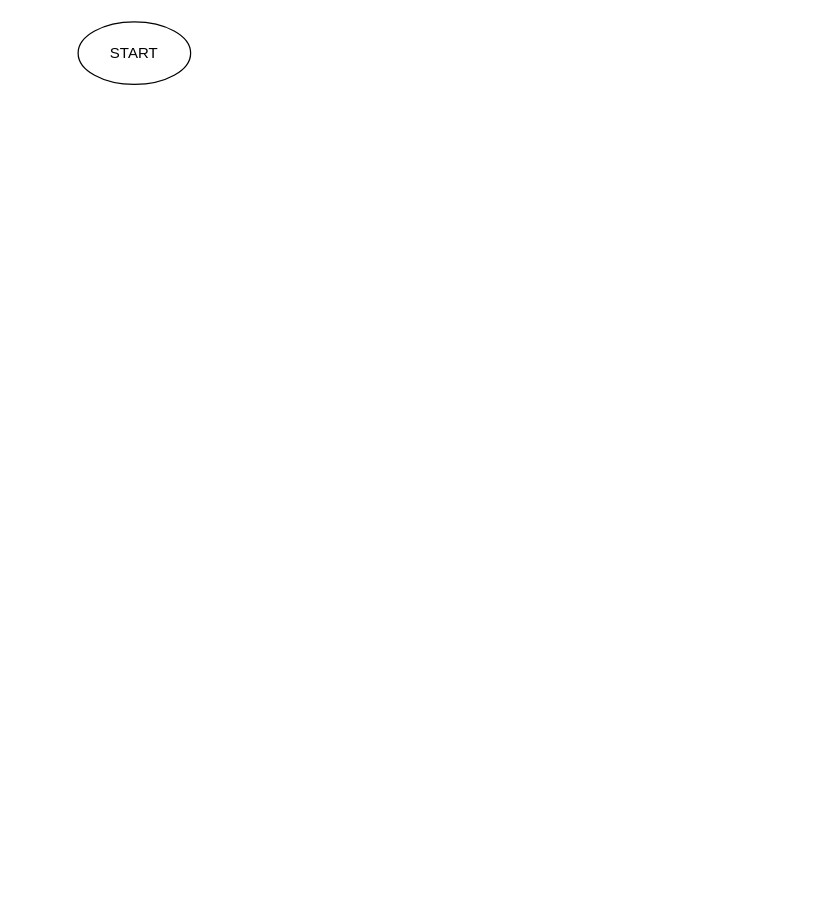
Before: MixedNames.drawio in jestoy0514/JestoyProjects, a draw.io diagram. Source tidied: cells renumbered, new cells numbered last; positions are measured from the earlier drawing's top-left corner, leaving out a move shared by most shapes. Both pictures are drawn from the tidied source at 125%, with x=0, y=0 at pixel (78, 21).
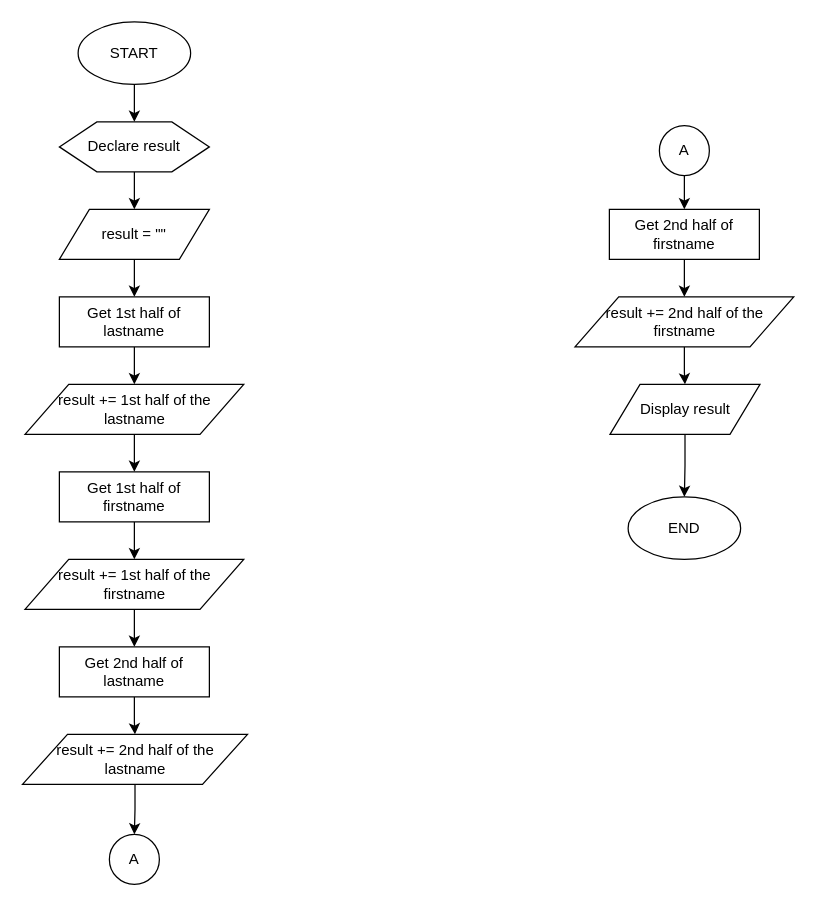
The same page after the edit.

The change refers to these unchanged cells:
```xml
<mxCell id="2" value="START" style="ellipse;whiteSpace=wrap;html=1;" parent="1" vertex="1">
  <mxGeometry width="90" height="50" as="geometry" />
</mxCell>
```

The edit, as a diff of the source:
```diff
@@
+    <mxCell id="3" style="edgeStyle=orthogonalEdgeStyle;rounded=0;jettySize=auto;html=1;entryX=0.5;entryY=0;entryDx=0;entryDy=0;" parent="1" edge="1" source="2" target="5">
+      <mxGeometry relative="1" as="geometry" />
+    </mxCell>
@@
+    <mxCell id="4" style="edgeStyle=orthogonalEdgeStyle;rounded=0;jettySize=auto;html=1;entryX=0.5;entryY=0;entryDx=0;entryDy=0;" parent="1" edge="1" source="5" target="7">
+      <mxGeometry relative="1" as="geometry" />
+    </mxCell>
+    <mxCell id="5" value="Declare result" style="shape=hexagon;perimeter=hexagonPerimeter2;whiteSpace=wrap;html=1;" parent="1" vertex="1">
+      <mxGeometry x="-15" y="80" width="120" height="40" as="geometry" />
+    </mxCell>
+    <mxCell id="6" style="edgeStyle=orthogonalEdgeStyle;rounded=0;jettySize=auto;html=1;entryX=0.5;entryY=0;entryDx=0;entryDy=0;" parent="1" edge="1" source="7" target="9">
+      <mxGeometry relative="1" as="geometry" />
+    </mxCell>
+    <mxCell id="7" value="result = &quot;&quot;" style="shape=parallelogram;perimeter=parallelogramPerimeter;whiteSpace=wrap;html=1;" parent="1" vertex="1">
+      <mxGeometry x="-15" y="150" width="120" height="40" as="geometry" />
+    </mxCell>
+    <mxCell id="8" style="edgeStyle=orthogonalEdgeStyle;rounded=0;jettySize=auto;html=1;entryX=0.5;entryY=0;entryDx=0;entryDy=0;" parent="1" edge="1" source="9" target="11">
+      <mxGeometry relative="1" as="geometry" />
+    </mxCell>
+    <mxCell id="9" value="Get 1st half of lastname" style="rounded=0;whiteSpace=wrap;html=1;" parent="1" vertex="1">
+      <mxGeometry x="-15" y="220" width="120" height="40" as="geometry" />
+    </mxCell>
+    <mxCell id="10" style="edgeStyle=orthogonalEdgeStyle;rounded=0;jettySize=auto;html=1;entryX=0.5;entryY=0;entryDx=0;entryDy=0;" parent="1" edge="1" source="11" target="13">
+      <mxGeometry relative="1" as="geometry" />
+    </mxCell>
+    <mxCell id="11" value="result += 1st half of the lastname" style="shape=parallelogram;perimeter=parallelogramPerimeter;whiteSpace=wrap;html=1;" parent="1" vertex="1">
+      <mxGeometry x="-42.5" y="290" width="175" height="40" as="geometry" />
+    </mxCell>
+    <mxCell id="12" style="edgeStyle=orthogonalEdgeStyle;rounded=0;jettySize=auto;html=1;entryX=0.5;entryY=0;entryDx=0;entryDy=0;" parent="1" edge="1" source="13" target="15">
+      <mxGeometry relative="1" as="geometry" />
+    </mxCell>
+    <mxCell id="13" value="Get 1st half of firstname" style="rounded=0;whiteSpace=wrap;html=1;" parent="1" vertex="1">
+      <mxGeometry x="-15" y="360" width="120" height="40" as="geometry" />
+    </mxCell>
+    <mxCell id="14" style="edgeStyle=orthogonalEdgeStyle;rounded=0;jettySize=auto;html=1;entryX=0.5;entryY=0;entryDx=0;entryDy=0;" parent="1" edge="1" source="15" target="17">
+      <mxGeometry relative="1" as="geometry" />
+    </mxCell>
+    <mxCell id="15" value="result += 1st half of the firstname" style="shape=parallelogram;perimeter=parallelogramPerimeter;whiteSpace=wrap;html=1;" parent="1" vertex="1">
+      <mxGeometry x="-42.5" y="430" width="175" height="40" as="geometry" />
+    </mxCell>
+    <mxCell id="16" style="edgeStyle=orthogonalEdgeStyle;rounded=0;jettySize=auto;html=1;" parent="1" edge="1" source="17" target="19">
+      <mxGeometry relative="1" as="geometry" />
+    </mxCell>
+    <mxCell id="17" value="Get 2nd half of lastname" style="rounded=0;whiteSpace=wrap;html=1;" parent="1" vertex="1">
+      <mxGeometry x="-15" y="500" width="120" height="40" as="geometry" />
+    </mxCell>
+    <mxCell id="18" style="edgeStyle=orthogonalEdgeStyle;rounded=0;jettySize=auto;html=1;entryX=0.5;entryY=0;entryDx=0;entryDy=0;" parent="1" edge="1" source="19" target="24">
+      <mxGeometry relative="1" as="geometry" />
+    </mxCell>
+    <mxCell id="19" value="result += 2nd half of the lastname" style="shape=parallelogram;perimeter=parallelogramPerimeter;whiteSpace=wrap;html=1;" parent="1" vertex="1">
+      <mxGeometry x="-44.5" y="570" width="180" height="40" as="geometry" />
+    </mxCell>
+    <mxCell id="20" style="edgeStyle=orthogonalEdgeStyle;rounded=0;jettySize=auto;html=1;entryX=0.5;entryY=0;entryDx=0;entryDy=0;" parent="1" edge="1" source="21" target="23">
+      <mxGeometry relative="1" as="geometry" />
+    </mxCell>
+    <mxCell id="21" value="Get 2nd half of firstname" style="rounded=0;whiteSpace=wrap;html=1;" parent="1" vertex="1">
+      <mxGeometry x="425" y="150" width="120" height="40" as="geometry" />
+    </mxCell>
+    <mxCell id="22" style="edgeStyle=orthogonalEdgeStyle;rounded=0;jettySize=auto;html=1;entryX=0.5;entryY=0;entryDx=0;entryDy=0;" parent="1" edge="1" source="23" target="29">
+      <mxGeometry relative="1" as="geometry" />
+    </mxCell>
+    <mxCell id="23" value="result += 2nd half of the firstname" style="shape=parallelogram;perimeter=parallelogramPerimeter;whiteSpace=wrap;html=1;" parent="1" vertex="1">
+      <mxGeometry x="397.5" y="220" width="175" height="40" as="geometry" />
+    </mxCell>
+    <mxCell id="24" value="A" style="ellipse;whiteSpace=wrap;html=1;" parent="1" vertex="1">
+      <mxGeometry x="25" y="650" width="40" height="40" as="geometry" />
+    </mxCell>
+    <mxCell id="25" style="edgeStyle=orthogonalEdgeStyle;rounded=0;jettySize=auto;html=1;entryX=0.5;entryY=0;entryDx=0;entryDy=0;" parent="1" edge="1" source="26" target="21">
+      <mxGeometry relative="1" as="geometry" />
+    </mxCell>
+    <mxCell id="26" value="A" style="ellipse;whiteSpace=wrap;html=1;" parent="1" vertex="1">
+      <mxGeometry x="465" y="83" width="40" height="40" as="geometry" />
+    </mxCell>
+    <mxCell id="27" value="END" style="ellipse;whiteSpace=wrap;html=1;" parent="1" vertex="1">
+      <mxGeometry x="440" y="380" width="90" height="50" as="geometry" />
+    </mxCell>
+    <mxCell id="28" style="edgeStyle=orthogonalEdgeStyle;rounded=0;jettySize=auto;html=1;entryX=0.5;entryY=0;entryDx=0;entryDy=0;" parent="1" edge="1" source="29" target="27">
+      <mxGeometry relative="1" as="geometry" />
+    </mxCell>
+    <mxCell id="29" value="Display result" style="shape=parallelogram;perimeter=parallelogramPerimeter;whiteSpace=wrap;html=1;" parent="1" vertex="1">
+      <mxGeometry x="425.5" y="290" width="120" height="40" as="geometry" />
+    </mxCell>
```
